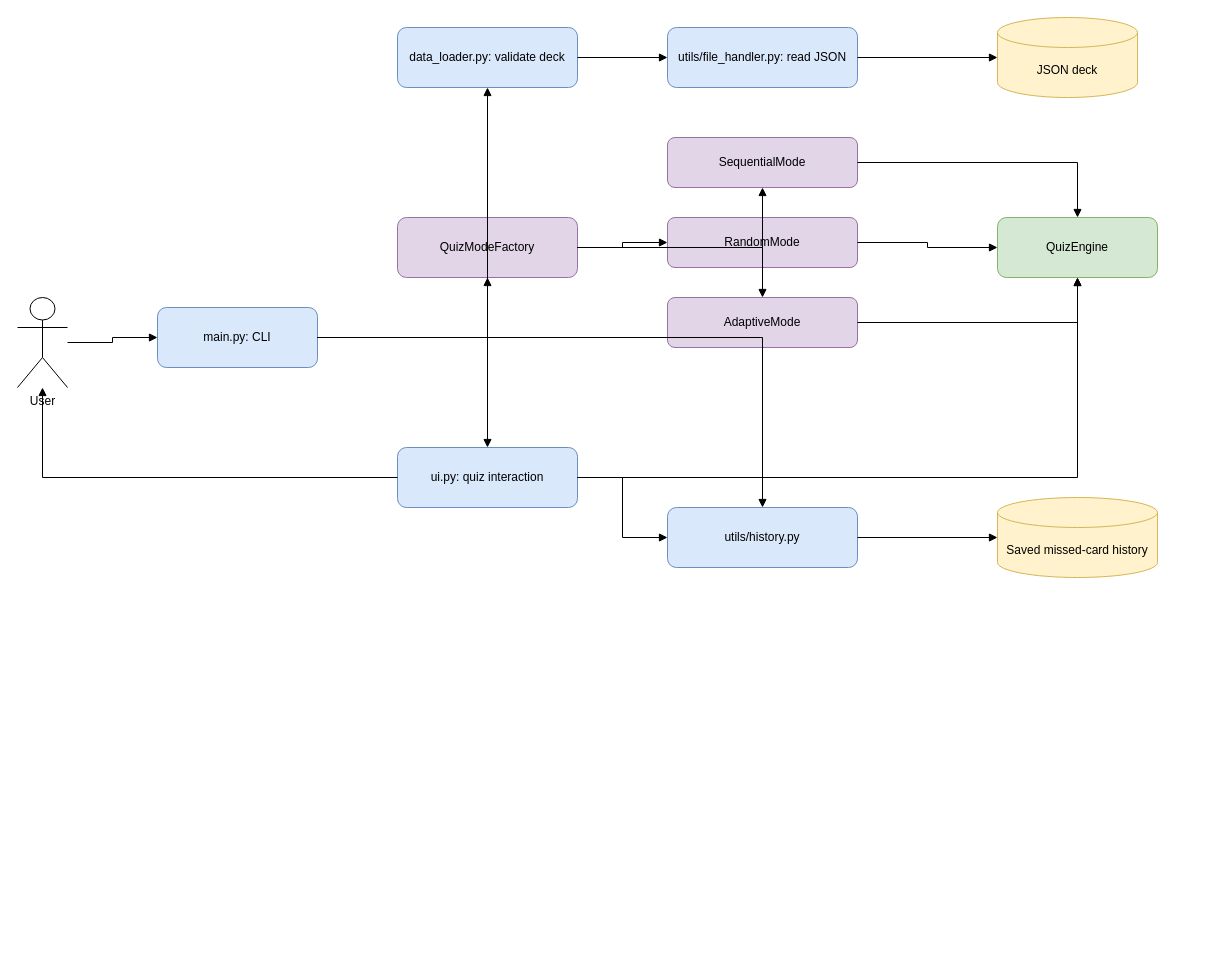
This is project/starter/docs/architecture.drawio from pgroven/cd14602-project-starter, a draw.io file, before an edit. Source tidied: cells renumbered, new cells numbered last; positions are measured from the earlier drawing's top-left corner, leaving out a move shared by most shapes. Both pictures are drawn from the tidied source at 100%, with x=0, y=0 at pixel (17, 17).
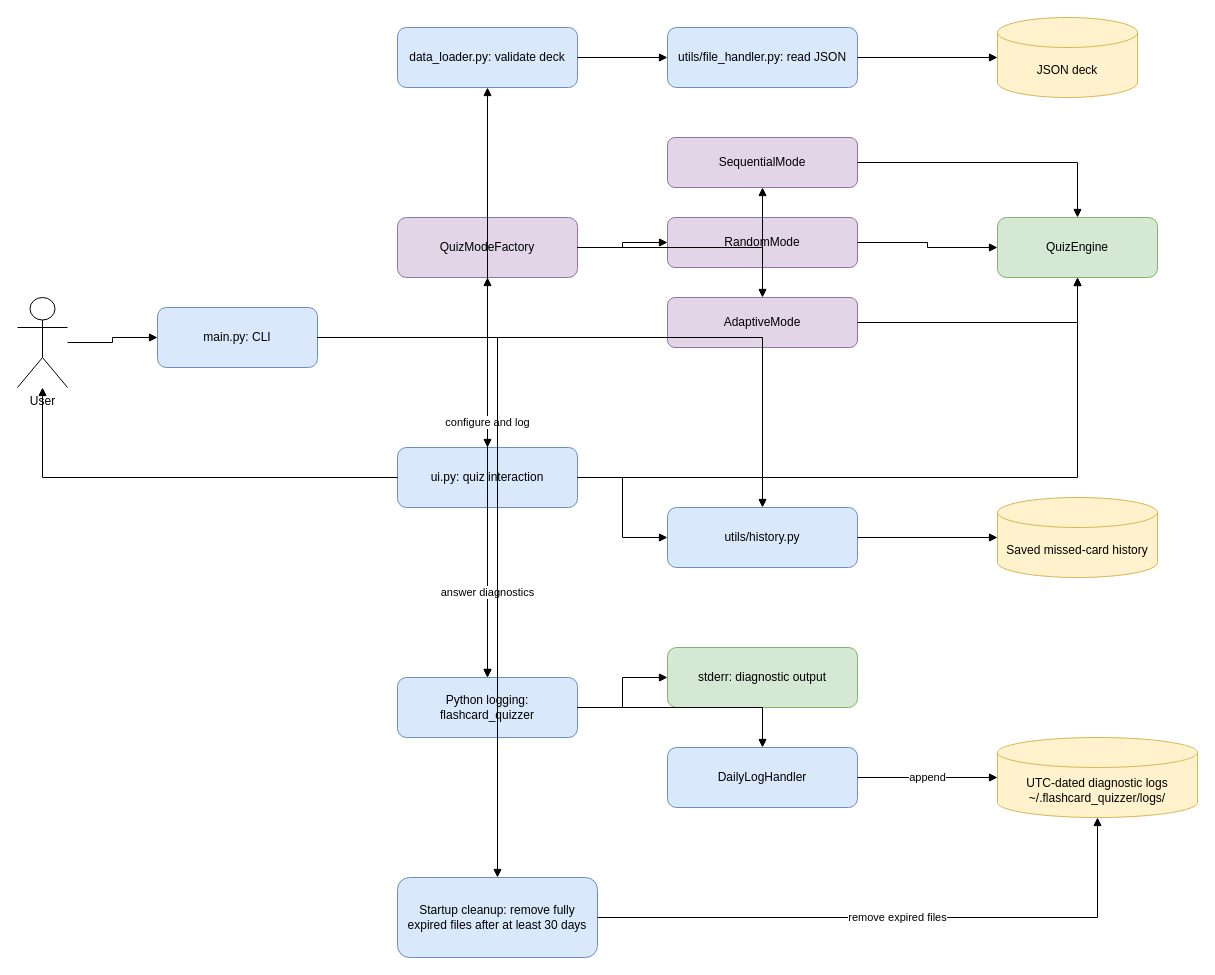
After the change.

Unchanged cells that the change refers to:
```xml
<mxCell id="3" value="main.py: CLI" style="rounded=1;whiteSpace=wrap;html=1;fillColor=#dae8fc;strokeColor=#6c8ebf;" parent="1" vertex="1">
  <mxGeometry x="140" y="290" width="160" height="60" as="geometry" />
</mxCell>
<mxCell id="12" value="ui.py: quiz interaction" style="rounded=1;whiteSpace=wrap;html=1;fillColor=#dae8fc;strokeColor=#6c8ebf;" parent="1" vertex="1">
  <mxGeometry x="380" y="430" width="180" height="60" as="geometry" />
</mxCell>
```

Change to the diagram source:
```diff
@@
+    <mxCell id="32" value="Python logging: flashcard_quizzer" style="rounded=1;whiteSpace=wrap;html=1;fillColor=#dae8fc;strokeColor=#6c8ebf;" parent="1" vertex="1">
+      <mxGeometry x="380" y="660" width="180" height="60" as="geometry" />
+    </mxCell>
+    <mxCell id="33" value="stderr: diagnostic output" style="rounded=1;whiteSpace=wrap;html=1;fillColor=#d5e8d4;strokeColor=#82b366;" parent="1" vertex="1">
+      <mxGeometry x="650" y="630" width="190" height="60" as="geometry" />
+    </mxCell>
+    <mxCell id="34" value="DailyLogHandler" style="rounded=1;whiteSpace=wrap;html=1;fillColor=#dae8fc;strokeColor=#6c8ebf;" parent="1" vertex="1">
+      <mxGeometry x="650" y="730" width="190" height="60" as="geometry" />
+    </mxCell>
+    <mxCell id="35" value="UTC-dated diagnostic logs&#10;~/.flashcard_quizzer/logs/" style="shape=cylinder3;whiteSpace=wrap;html=1;boundedLbl=1;backgroundOutline=1;size=15;fillColor=#fff2cc;strokeColor=#d6b656;" parent="1" vertex="1">
+      <mxGeometry x="980" y="720" width="200" height="80" as="geometry" />
+    </mxCell>
+    <mxCell id="36" value="Startup cleanup: remove fully expired files after at least 30 days" style="rounded=1;whiteSpace=wrap;html=1;fillColor=#dae8fc;strokeColor=#6c8ebf;" parent="1" vertex="1">
+      <mxGeometry x="380" y="860" width="200" height="80" as="geometry" />
+    </mxCell>
@@
+    <mxCell id="37" value="configure and log" style="edgeStyle=orthogonalEdgeStyle;rounded=0;html=1;endArrow=block;endFill=1;" parent="1" edge="1" source="3" target="32">
+      <mxGeometry relative="1" as="geometry" />
+    </mxCell>
+    <mxCell id="38" value="answer diagnostics" style="edgeStyle=orthogonalEdgeStyle;rounded=0;html=1;endArrow=block;endFill=1;" parent="1" edge="1" source="12" target="32">
+      <mxGeometry relative="1" as="geometry" />
+    </mxCell>
+    <mxCell id="39" style="edgeStyle=orthogonalEdgeStyle;rounded=0;html=1;endArrow=block;endFill=1;" parent="1" edge="1" source="32" target="33">
+      <mxGeometry relative="1" as="geometry" />
+    </mxCell>
+    <mxCell id="40" style="edgeStyle=orthogonalEdgeStyle;rounded=0;html=1;endArrow=block;endFill=1;" parent="1" edge="1" source="32" target="34">
+      <mxGeometry relative="1" as="geometry" />
+    </mxCell>
+    <mxCell id="41" value="append" style="edgeStyle=orthogonalEdgeStyle;rounded=0;html=1;endArrow=block;endFill=1;" parent="1" edge="1" source="34" target="35">
+      <mxGeometry relative="1" as="geometry" />
+    </mxCell>
+    <mxCell id="42" style="edgeStyle=orthogonalEdgeStyle;rounded=0;html=1;endArrow=block;endFill=1;" parent="1" edge="1" source="3" target="36">
+      <mxGeometry relative="1" as="geometry" />
+    </mxCell>
+    <mxCell id="43" value="remove expired files" style="edgeStyle=orthogonalEdgeStyle;rounded=0;html=1;endArrow=block;endFill=1;" parent="1" edge="1" source="36" target="35">
+      <mxGeometry relative="1" as="geometry" />
+    </mxCell>
```
